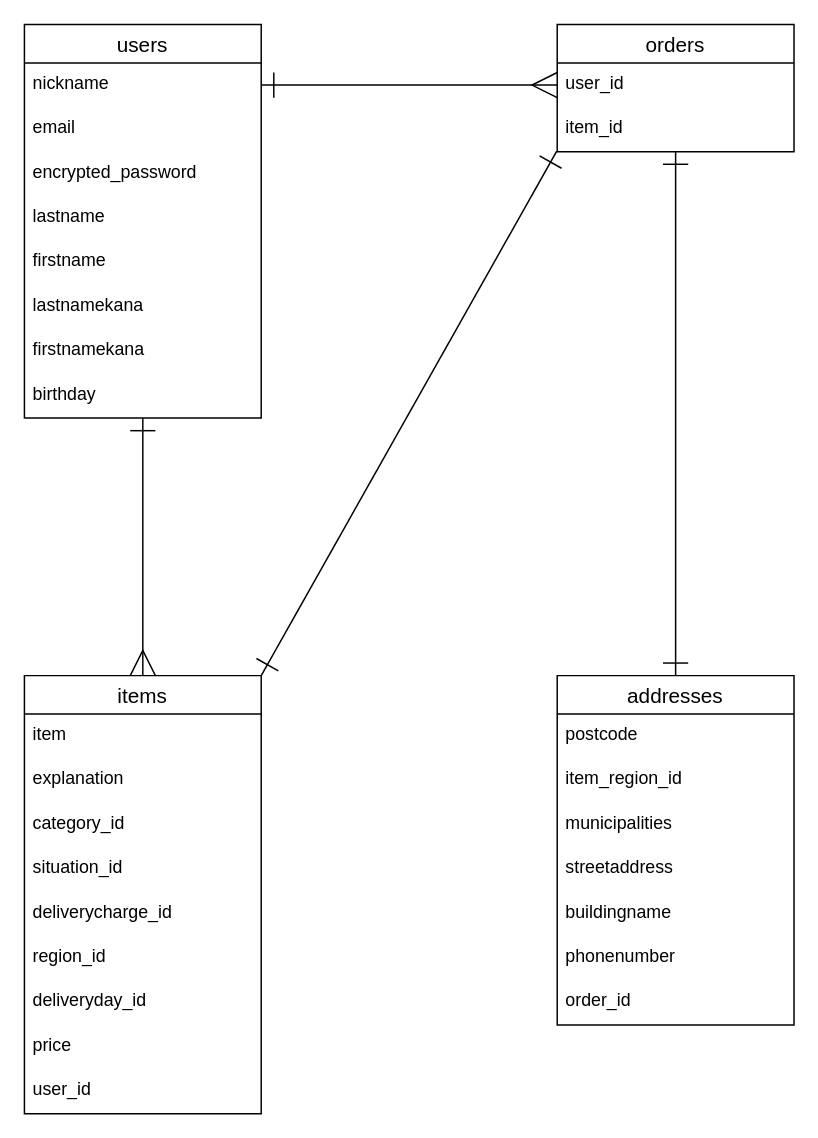
172bibi/furima-40817 keeps this draw.io diagram as er.dio. Above is the earlier version. Source tidied: cells renumbered, new cells numbered last; positions are measured from the earlier drawing's top-left corner, leaving out a move shared by most shapes. Both pictures are drawn from the tidied source at 148%, with x=0, y=0 at pixel (24, 24).
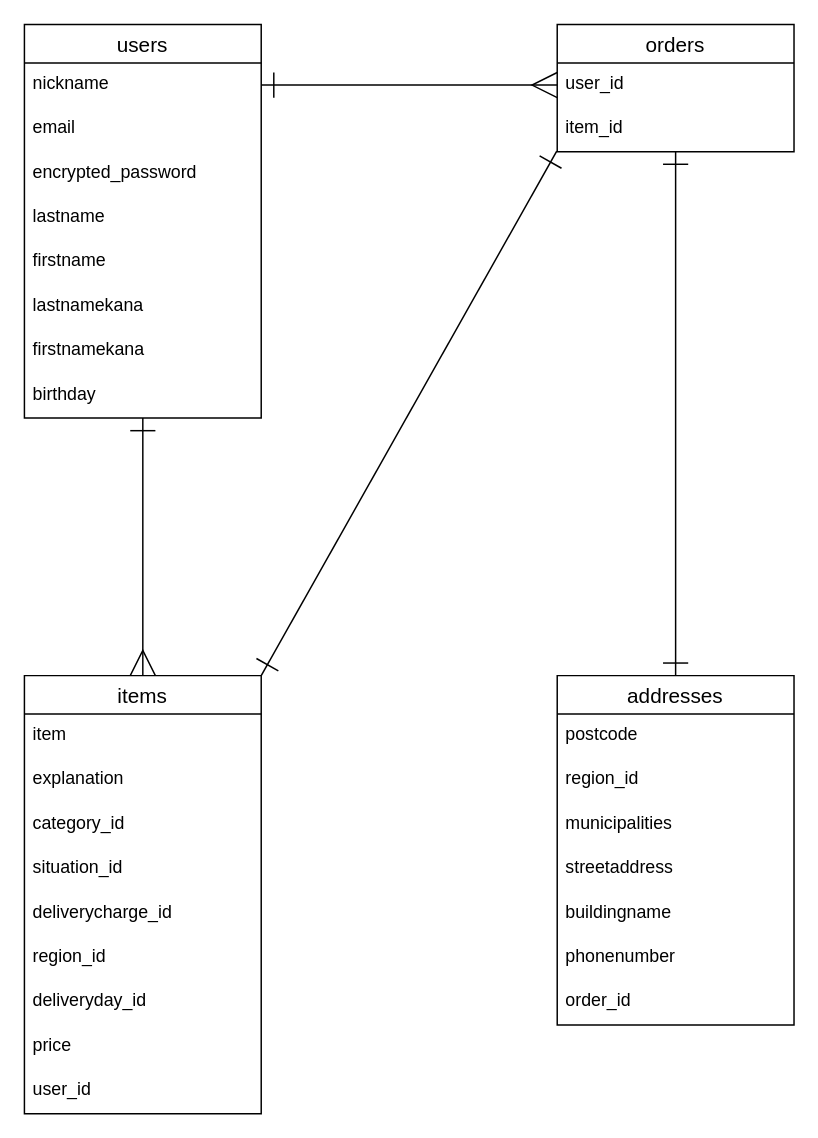
The same diagram, later.

Unchanged cells that the change refers to:
```xml
<mxCell id="27" value="addresses" style="swimlane;fontStyle=0;horizontal=1;startSize=26;align=center;fontSize=14;" parent="1" vertex="1">
  <mxGeometry x="360" y="440" width="160" height="236" as="geometry" />
</mxCell>
```

Change to the diagram source:
```diff
@@
-    <mxCell id="29" value="item_region_id" style="text;strokeColor=none;fillColor=none;spacingLeft=4;spacingRight=4;overflow=hidden;fontSize=12;" parent="27" vertex="1">
+    <mxCell id="29" value="region_id" style="text;strokeColor=none;fillColor=none;spacingLeft=4;spacingRight=4;overflow=hidden;fontSize=12;" parent="27" vertex="1">
       <mxGeometry y="56" width="160" height="30" as="geometry" />
     </mxCell>
```
